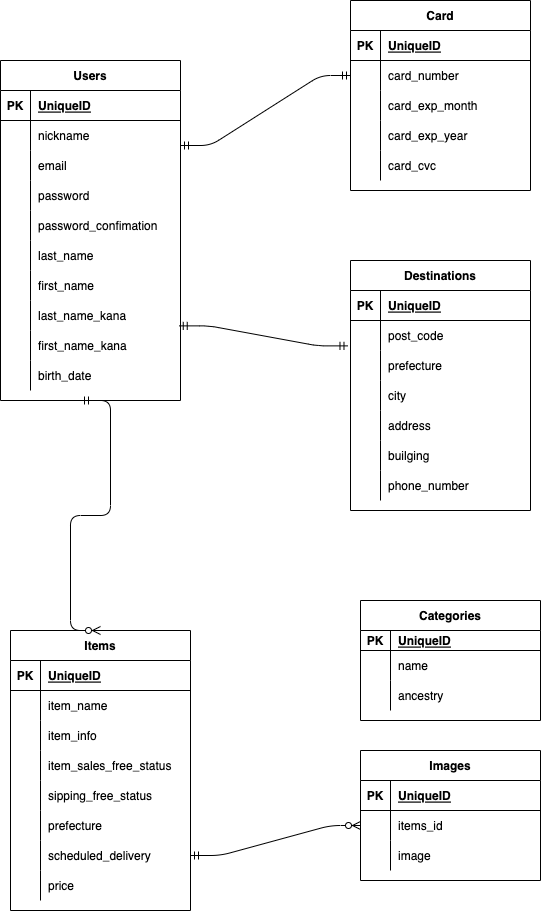
The draw.io diagram furima-38710.drawio.png in yurika0705/furima-38710, before a commit. Source tidied: cells renumbered, new cells last; positions are measured from the earlier drawing's top-left corner, leaving out a move shared by most shapes.
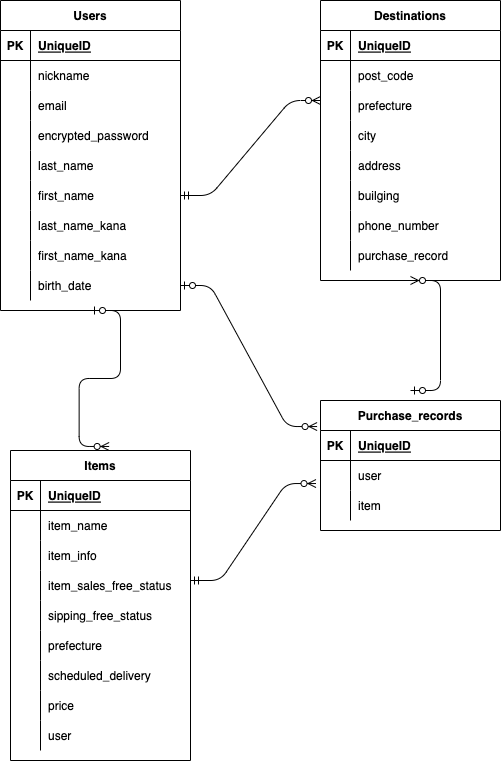
The same file after the commit.

Commit message:
データベース設計修正４

Change to the diagram source:
```diff
@@ -3,7 +3,7 @@
     <mxCell id="0" />
     <mxCell id="1" parent="0" />
     <mxCell id="2" value="Users" style="shape=table;startSize=30;rowLines=0;fontStyle=1;align=center;" parent="1" vertex="1">
-      <mxGeometry y="60" width="180" height="340" as="geometry" />
+      <mxGeometry y="60" width="180" height="310" as="geometry" />
     </mxCell>
     <mxCell id="3" style="shape=partialRectangle;fillColor=none;top=0;left=0;bottom=1;right=0;" parent="2" vertex="1">
       <mxGeometry y="30" width="180" height="30" as="geometry" />
@@ -32,26 +32,17 @@
     <mxCell id="11" value="email" style="shape=partialRectangle;fillColor=none;top=0;left=0;bottom=0;right=0;align=left;spacingLeft=6;overflow=hidden;" parent="9" vertex="1">
       <mxGeometry x="30" width="150" height="30" as="geometry" />
     </mxCell>
-    <mxCell id="12" style="shape=partialRectangle;fillColor=none;top=0;left=0;bottom=0;right=0;" parent="2" vertex="1">
-      <mxGeometry y="120" width="180" height="30" as="geometry" />
-    </mxCell>
-    <mxCell id="13" style="shape=partialRectangle;fillColor=none;top=0;left=0;bottom=0;right=0;overflow=hidden;" parent="12" vertex="1">
-      <mxGeometry width="30" height="30" as="geometry" />
-    </mxCell>
-    <mxCell id="14" value="password" style="shape=partialRectangle;fillColor=none;top=0;left=0;bottom=0;right=0;align=left;spacingLeft=6;overflow=hidden;" parent="12" vertex="1">
-      <mxGeometry x="30" width="150" height="30" as="geometry" />
-    </mxCell>
     <mxCell id="15" style="shape=partialRectangle;fillColor=none;top=0;left=0;bottom=0;right=0;" parent="2" vertex="1">
-      <mxGeometry y="150" width="180" height="30" as="geometry" />
+      <mxGeometry y="120" width="180" height="30" as="geometry" />
     </mxCell>
     <mxCell id="16" style="shape=partialRectangle;fillColor=none;top=0;left=0;bottom=0;right=0;overflow=hidden;" parent="15" vertex="1">
       <mxGeometry width="30" height="30" as="geometry" />
     </mxCell>
-    <mxCell id="17" value="password_confimation" style="shape=partialRectangle;fillColor=none;top=0;left=0;bottom=0;right=0;align=left;spacingLeft=6;overflow=hidden;" parent="15" vertex="1">
+    <mxCell id="17" value="encrypted_password" style="shape=partialRectangle;fillColor=none;top=0;left=0;bottom=0;right=0;align=left;spacingLeft=6;overflow=hidden;" parent="15" vertex="1">
       <mxGeometry x="30" width="150" height="30" as="geometry" />
     </mxCell>
     <mxCell id="18" style="shape=partialRectangle;fillColor=none;top=0;left=0;bottom=0;right=0;" parent="2" vertex="1">
-      <mxGeometry y="180" width="180" height="30" as="geometry" />
+      <mxGeometry y="150" width="180" height="30" as="geometry" />
     </mxCell>
     <mxCell id="19" style="shape=partialRectangle;fillColor=none;top=0;left=0;bottom=0;right=0;overflow=hidden;" parent="18" vertex="1">
       <mxGeometry width="30" height="30" as="geometry" />
@@ -60,7 +51,7 @@
       <mxGeometry x="30" width="150" height="30" as="geometry" />
     </mxCell>
     <mxCell id="21" style="shape=partialRectangle;fillColor=none;top=0;left=0;bottom=0;right=0;points=[[0,0.5],[1,0.5]];portConstraint=eastwest;" parent="2" vertex="1">
-      <mxGeometry y="210" width="180" height="30" as="geometry" />
+      <mxGeometry y="180" width="180" height="30" as="geometry" />
     </mxCell>
     <mxCell id="22" style="shape=partialRectangle;fillColor=none;top=0;left=0;bottom=0;right=0;overflow=hidden;" parent="21" vertex="1">
       <mxGeometry width="30" height="30" as="geometry" />
@@ -69,7 +60,7 @@
       <mxGeometry x="30" width="150" height="30" as="geometry" />
     </mxCell>
     <mxCell id="24" style="shape=partialRectangle;fillColor=none;top=0;left=0;bottom=0;right=0;points=[[0,0.5],[1,0.5]];portConstraint=eastwest;" parent="2" vertex="1">
-      <mxGeometry y="240" width="180" height="30" as="geometry" />
+      <mxGeometry y="210" width="180" height="30" as="geometry" />
     </mxCell>
     <mxCell id="25" style="shape=partialRectangle;fillColor=none;top=0;left=0;bottom=0;right=0;overflow=hidden;" parent="24" vertex="1">
       <mxGeometry width="30" height="30" as="geometry" />
@@ -78,7 +69,7 @@
       <mxGeometry x="30" width="150" height="30" as="geometry" />
     </mxCell>
     <mxCell id="27" style="shape=partialRectangle;fillColor=none;top=0;left=0;bottom=0;right=0;" parent="2" vertex="1">
-      <mxGeometry y="270" width="180" height="30" as="geometry" />
+      <mxGeometry y="240" width="180" height="30" as="geometry" />
     </mxCell>
     <mxCell id="28" style="shape=partialRectangle;fillColor=none;top=0;left=0;bottom=0;right=0;overflow=hidden;" parent="27" vertex="1">
       <mxGeometry width="30" height="30" as="geometry" />
@@ -87,7 +78,7 @@
       <mxGeometry x="30" width="150" height="30" as="geometry" />
     </mxCell>
     <mxCell id="30" style="shape=partialRectangle;fillColor=none;top=0;left=0;bottom=0;right=0;points=[[0,0.5],[1,0.5]];portConstraint=eastwest;" parent="2" vertex="1">
-      <mxGeometry y="300" width="180" height="30" as="geometry" />
+      <mxGeometry y="270" width="180" height="30" as="geometry" />
     </mxCell>
     <mxCell id="31" style="shape=partialRectangle;fillColor=none;top=0;left=0;bottom=0;right=0;overflow=hidden;" parent="30" vertex="1">
       <mxGeometry width="30" height="30" as="geometry" />
@@ -96,7 +87,7 @@
       <mxGeometry x="30" width="150" height="30" as="geometry" />
     </mxCell>
     <mxCell id="33" value="Items" style="shape=table;startSize=30;rowLines=0;fontStyle=1;align=center;html=0;" parent="1" vertex="1">
-      <mxGeometry x="10" y="630" width="180" height="280" as="geometry" />
+      <mxGeometry x="10" y="510" width="180" height="310" as="geometry" />
     </mxCell>
     <mxCell id="34" style="shape=partialRectangle;fillColor=none;top=0;left=0;bottom=1;right=0;html=0;" parent="33" vertex="1">
       <mxGeometry y="30" width="180" height="30" as="geometry" />
@@ -170,56 +161,17 @@
     <mxCell id="57" value="price" style="shape=partialRectangle;fillColor=none;top=0;left=0;bottom=0;right=0;align=left;spacingLeft=6;overflow=hidden;html=0;" parent="55" vertex="1">
       <mxGeometry x="30" width="150" height="30" as="geometry" />
     </mxCell>
-    <mxCell id="58" value="Card" style="shape=table;startSize=30;rowLines=0;fontStyle=1;align=center;html=0;" parent="1" vertex="1">
-      <mxGeometry x="350" width="180" height="190" as="geometry" />
-    </mxCell>
-    <mxCell id="59" style="shape=partialRectangle;fillColor=none;top=0;left=0;bottom=1;right=0;html=0;" parent="58" vertex="1">
-      <mxGeometry y="30" width="180" height="30" as="geometry" />
-    </mxCell>
-    <mxCell id="60" value="PK" style="shape=partialRectangle;fillColor=none;top=0;left=0;bottom=0;right=0;fontStyle=1;overflow=hidden;html=0;" parent="59" vertex="1">
-      <mxGeometry width="30" height="30" as="geometry" />
-    </mxCell>
-    <mxCell id="61" value="UniqueID" style="shape=partialRectangle;fillColor=none;top=0;left=0;bottom=0;right=0;align=left;spacingLeft=6;fontStyle=5;overflow=hidden;html=0;" parent="59" vertex="1">
-      <mxGeometry x="30" width="150" height="30" as="geometry" />
-    </mxCell>
-    <mxCell id="62" style="shape=partialRectangle;fillColor=none;top=0;left=0;bottom=0;right=0;points=[[0,0.5],[1,0.5]];portConstraint=eastwest;html=0;" parent="58" vertex="1">
-      <mxGeometry y="60" width="180" height="30" as="geometry" />
-    </mxCell>
-    <mxCell id="63" style="shape=partialRectangle;fillColor=none;top=0;left=0;bottom=0;right=0;overflow=hidden;html=0;" parent="62" vertex="1">
-      <mxGeometry width="30" height="30" as="geometry" />
-    </mxCell>
-    <mxCell id="64" value="card_number" style="shape=partialRectangle;fillColor=none;top=0;left=0;bottom=0;right=0;align=left;spacingLeft=6;overflow=hidden;html=0;" parent="62" vertex="1">
-      <mxGeometry x="30" width="150" height="30" as="geometry" />
-    </mxCell>
-    <mxCell id="65" style="shape=partialRectangle;fillColor=none;top=0;left=0;bottom=0;right=0;html=0;" parent="58" vertex="1">
-      <mxGeometry y="90" width="180" height="30" as="geometry" />
-    </mxCell>
-    <mxCell id="66" style="shape=partialRectangle;fillColor=none;top=0;left=0;bottom=0;right=0;overflow=hidden;html=0;" parent="65" vertex="1">
-      <mxGeometry width="30" height="30" as="geometry" />
-    </mxCell>
-    <mxCell id="67" value="card_exp_month" style="shape=partialRectangle;fillColor=none;top=0;left=0;bottom=0;right=0;align=left;spacingLeft=6;overflow=hidden;html=0;" parent="65" vertex="1">
-      <mxGeometry x="30" width="150" height="30" as="geometry" />
-    </mxCell>
-    <mxCell id="68" style="shape=partialRectangle;fillColor=none;top=0;left=0;bottom=0;right=0;html=0;" parent="58" vertex="1">
-      <mxGeometry y="120" width="180" height="30" as="geometry" />
-    </mxCell>
-    <mxCell id="69" style="shape=partialRectangle;fillColor=none;top=0;left=0;bottom=0;right=0;overflow=hidden;html=0;" parent="68" vertex="1">
-      <mxGeometry width="30" height="30" as="geometry" />
-    </mxCell>
-    <mxCell id="70" value="card_exp_year" style="shape=partialRectangle;fillColor=none;top=0;left=0;bottom=0;right=0;align=left;spacingLeft=6;overflow=hidden;html=0;" parent="68" vertex="1">
-      <mxGeometry x="30" width="150" height="30" as="geometry" />
-    </mxCell>
-    <mxCell id="71" style="shape=partialRectangle;fillColor=none;top=0;left=0;bottom=0;right=0;html=0;" parent="58" vertex="1">
-      <mxGeometry y="150" width="180" height="30" as="geometry" />
-    </mxCell>
-    <mxCell id="72" style="shape=partialRectangle;fillColor=none;top=0;left=0;bottom=0;right=0;overflow=hidden;html=0;" parent="71" vertex="1">
-      <mxGeometry width="30" height="30" as="geometry" />
-    </mxCell>
-    <mxCell id="73" value="card_cvc" style="shape=partialRectangle;fillColor=none;top=0;left=0;bottom=0;right=0;align=left;spacingLeft=6;overflow=hidden;html=0;" parent="71" vertex="1">
-      <mxGeometry x="30" width="150" height="30" as="geometry" />
-    </mxCell>
+    <mxCell id="121" style="shape=partialRectangle;fillColor=none;top=0;left=0;bottom=0;right=0;html=0;" parent="33" vertex="1">
+      <mxGeometry y="270" width="180" height="30" as="geometry" />
+    </mxCell>
+    <mxCell id="122" style="shape=partialRectangle;fillColor=none;top=0;left=0;bottom=0;right=0;overflow=hidden;html=0;" parent="121" vertex="1">
+      <mxGeometry width="30" height="30" as="geometry" />
+    </mxCell>
+    <mxCell id="123" value="user" style="shape=partialRectangle;fillColor=none;top=0;left=0;bottom=0;right=0;align=left;spacingLeft=6;overflow=hidden;html=0;" parent="121" vertex="1">
+      <mxGeometry x="30" width="150" height="30" as="geometry" />
+    </mxCell>
     <mxCell id="74" value="Destinations" style="shape=table;startSize=30;rowLines=0;fontStyle=1;align=center;html=0;" parent="1" vertex="1">
-      <mxGeometry x="350" y="260" width="180" height="250" as="geometry" />
+      <mxGeometry x="320" y="60" width="180" height="280" as="geometry" />
     </mxCell>
     <mxCell id="75" style="shape=partialRectangle;fillColor=none;top=0;left=0;bottom=1;right=0;html=0;" parent="74" vertex="1">
       <mxGeometry y="30" width="180" height="30" as="geometry" />
@@ -284,84 +236,65 @@
     <mxCell id="95" value="phone_number" style="shape=partialRectangle;fillColor=none;top=0;left=0;bottom=0;right=0;align=left;spacingLeft=6;overflow=hidden;html=0;" parent="93" vertex="1">
       <mxGeometry x="30" width="150" height="30" as="geometry" />
     </mxCell>
-    <mxCell id="96" value="Images" style="shape=table;startSize=30;rowLines=0;fontStyle=1;align=center;html=0;" parent="1" vertex="1">
-      <mxGeometry x="360" y="750" width="180" height="130" as="geometry" />
-    </mxCell>
-    <mxCell id="97" style="shape=partialRectangle;fillColor=none;top=0;left=0;bottom=1;right=0;html=0;" parent="96" vertex="1">
-      <mxGeometry y="30" width="180" height="30" as="geometry" />
-    </mxCell>
-    <mxCell id="98" value="PK" style="shape=partialRectangle;fillColor=none;top=0;left=0;bottom=0;right=0;fontStyle=1;overflow=hidden;html=0;" parent="97" vertex="1">
-      <mxGeometry width="30" height="30" as="geometry" />
-    </mxCell>
-    <mxCell id="99" value="UniqueID" style="shape=partialRectangle;fillColor=none;top=0;left=0;bottom=0;right=0;align=left;spacingLeft=6;fontStyle=5;overflow=hidden;html=0;" parent="97" vertex="1">
-      <mxGeometry x="30" width="150" height="30" as="geometry" />
-    </mxCell>
-    <mxCell id="100" style="shape=partialRectangle;fillColor=none;top=0;left=0;bottom=0;right=0;points=[[0,0.5],[1,0.5]];portConstraint=eastwest;html=0;" parent="96" vertex="1">
-      <mxGeometry y="60" width="180" height="30" as="geometry" />
-    </mxCell>
-    <mxCell id="101" style="shape=partialRectangle;fillColor=none;top=0;left=0;bottom=0;right=0;overflow=hidden;html=0;" parent="100" vertex="1">
-      <mxGeometry width="30" height="30" as="geometry" />
-    </mxCell>
-    <mxCell id="102" value="items_id" style="shape=partialRectangle;fillColor=none;top=0;left=0;bottom=0;right=0;align=left;spacingLeft=6;overflow=hidden;html=0;" parent="100" vertex="1">
-      <mxGeometry x="30" width="150" height="30" as="geometry" />
-    </mxCell>
-    <mxCell id="103" style="shape=partialRectangle;fillColor=none;top=0;left=0;bottom=0;right=0;html=0;" parent="96" vertex="1">
-      <mxGeometry y="90" width="180" height="30" as="geometry" />
-    </mxCell>
-    <mxCell id="104" style="shape=partialRectangle;fillColor=none;top=0;left=0;bottom=0;right=0;overflow=hidden;html=0;" parent="103" vertex="1">
-      <mxGeometry width="30" height="30" as="geometry" />
-    </mxCell>
-    <mxCell id="105" value="image" style="shape=partialRectangle;fillColor=none;top=0;left=0;bottom=0;right=0;align=left;spacingLeft=6;overflow=hidden;html=0;" parent="103" vertex="1">
-      <mxGeometry x="30" width="150" height="30" as="geometry" />
-    </mxCell>
-    <mxCell id="106" value="Categories" style="shape=table;startSize=30;rowLines=0;fontStyle=1;align=center;html=0;" parent="1" vertex="1">
-      <mxGeometry x="360" y="600" width="180" height="120" as="geometry" />
-    </mxCell>
-    <mxCell id="107" style="shape=partialRectangle;fillColor=none;top=0;left=0;bottom=1;right=0;html=0;" parent="106" vertex="1">
-      <mxGeometry y="30" width="180" height="20" as="geometry" />
-    </mxCell>
-    <mxCell id="108" value="PK" style="shape=partialRectangle;fillColor=none;top=0;left=0;bottom=0;right=0;fontStyle=1;overflow=hidden;html=0;" parent="107" vertex="1">
-      <mxGeometry width="30" height="20" as="geometry" />
-    </mxCell>
-    <mxCell id="109" value="UniqueID" style="shape=partialRectangle;fillColor=none;top=0;left=0;bottom=0;right=0;align=left;spacingLeft=6;fontStyle=5;overflow=hidden;html=0;" parent="107" vertex="1">
-      <mxGeometry x="30" width="150" height="20" as="geometry" />
-    </mxCell>
-    <mxCell id="110" style="shape=partialRectangle;fillColor=none;top=0;left=0;bottom=0;right=0;points=[[0,0.5],[1,0.5]];portConstraint=eastwest;html=0;" parent="106" vertex="1">
-      <mxGeometry y="50" width="180" height="30" as="geometry" />
-    </mxCell>
-    <mxCell id="111" style="shape=partialRectangle;fillColor=none;top=0;left=0;bottom=0;right=0;overflow=hidden;html=0;" parent="110" vertex="1">
-      <mxGeometry width="30" height="30" as="geometry" />
-    </mxCell>
-    <mxCell id="112" value="name" style="shape=partialRectangle;fillColor=none;top=0;left=0;bottom=0;right=0;align=left;spacingLeft=6;overflow=hidden;html=0;" parent="110" vertex="1">
-      <mxGeometry x="30" width="150" height="30" as="geometry" />
-    </mxCell>
-    <mxCell id="113" style="shape=partialRectangle;fillColor=none;top=0;left=0;bottom=0;right=0;html=0;" parent="106" vertex="1">
-      <mxGeometry y="80" width="180" height="30" as="geometry" />
-    </mxCell>
-    <mxCell id="114" style="shape=partialRectangle;fillColor=none;top=0;left=0;bottom=0;right=0;overflow=hidden;html=0;" parent="113" vertex="1">
-      <mxGeometry width="30" height="30" as="geometry" />
-    </mxCell>
+    <mxCell id="124" style="shape=partialRectangle;fillColor=none;top=0;left=0;bottom=0;right=0;html=0;" parent="74" vertex="1">
+      <mxGeometry y="240" width="180" height="30" as="geometry" />
+    </mxCell>
+    <mxCell id="125" style="shape=partialRectangle;fillColor=none;top=0;left=0;bottom=0;right=0;overflow=hidden;html=0;" parent="124" vertex="1">
+      <mxGeometry width="30" height="30" as="geometry" />
+    </mxCell>
+    <mxCell id="126" value="purchase_record" style="shape=partialRectangle;fillColor=none;top=0;left=0;bottom=0;right=0;align=left;spacingLeft=6;overflow=hidden;html=0;" parent="124" vertex="1">
+      <mxGeometry x="30" width="150" height="30" as="geometry" />
+    </mxCell>
-    <mxCell id="115" value="ancestry" style="shape=partialRectangle;fillColor=none;top=0;left=0;bottom=0;right=0;align=left;spacingLeft=6;overflow=hidden;html=0;" parent="113" vertex="1">
-      <mxGeometry x="30" width="150" height="30" as="geometry" />
+    <mxCell id="115" value="Purchase_records" style="shape=table;startSize=30;rowLines=0;fontStyle=1;align=center;" parent="1" vertex="1">
+      <mxGeometry x="320" y="460" width="180" height="130" as="geometry" />
     </mxCell>
-    <mxCell id="116" style="edgeStyle=entityRelationEdgeStyle;fontSize=12;html=1;endArrow=ERmandOne;startArrow=ERmandOne;entryX=0;entryY=0.5;entryDx=0;entryDy=0;" parent="1" edge="1" target="62">
-      <mxGeometry relative="1" as="geometry">
-        <mxPoint x="180" y="145" as="sourcePoint" />
-      </mxGeometry>
-    </mxCell>
-    <mxCell id="117" style="edgeStyle=entityRelationEdgeStyle;fontSize=12;html=1;endArrow=ERmandOne;startArrow=ERmandOne;exitX=0.993;exitY=0.846;exitDx=0;exitDy=0;exitPerimeter=0;entryX=-0.014;entryY=-0.154;entryDx=0;entryDy=0;entryPerimeter=0;" parent="1" edge="1" source="24" target="81">
-      <mxGeometry relative="1" as="geometry" />
-    </mxCell>
-    <mxCell id="118" style="edgeStyle=entityRelationEdgeStyle;fontSize=12;html=1;endArrow=ERzeroToMany;startArrow=ERmandOne;entryX=0.5;entryY=0;entryDx=0;entryDy=0;" parent="1" edge="1" target="33">
-      <mxGeometry relative="1" as="geometry">
-        <mxPoint x="80" y="400" as="sourcePoint" />
-      </mxGeometry>
-    </mxCell>
-    <mxCell id="119" style="edgeStyle=entityRelationEdgeStyle;fontSize=12;html=1;endArrow=ERzeroToMany;startArrow=ERmandOne;entryX=0;entryY=0.5;entryDx=0;entryDy=0;" parent="1" edge="1" source="52" target="100">
-      <mxGeometry relative="1" as="geometry" />
-    </mxCell>
-    <mxCell id="120" style="edgeStyle=entityRelationEdgeStyle;fontSize=12;html=1;endArrow=ERzeroToMany;startArrow=ERmandOne;exitX=0;exitY=0.5;exitDx=0;exitDy=0;entryX=1.015;entryY=-0.021;entryDx=0;entryDy=0;entryPerimeter=0;" parent="1" edge="1" source="110" target="x">
-      <mxGeometry relative="1" as="geometry" />
-    </mxCell>
+    <mxCell id="127" style="shape=partialRectangle;fillColor=none;top=0;left=0;bottom=1;right=0;points=[[0,0.5],[1,0.5]];portConstraint=eastwest;" parent="115" vertex="1">
+      <mxGeometry y="30" width="180" height="30" as="geometry" />
+    </mxCell>
+    <mxCell id="128" value="PK" style="shape=partialRectangle;fillColor=none;top=0;left=0;bottom=0;right=0;fontStyle=1;overflow=hidden;" parent="127" vertex="1">
+      <mxGeometry width="30" height="30" as="geometry" />
+    </mxCell>
+    <mxCell id="129" value="UniqueID" style="shape=partialRectangle;fillColor=none;top=0;left=0;bottom=0;right=0;align=left;spacingLeft=6;fontStyle=5;overflow=hidden;" parent="127" vertex="1">
+      <mxGeometry x="30" width="150" height="30" as="geometry" />
+    </mxCell>
+    <mxCell id="130" style="shape=partialRectangle;fillColor=none;top=0;left=0;bottom=0;right=0;points=[[0,0.5],[1,0.5]];portConstraint=eastwest;" parent="115" vertex="1">
+      <mxGeometry y="60" width="180" height="30" as="geometry" />
+    </mxCell>
+    <mxCell id="131" style="shape=partialRectangle;fillColor=none;top=0;left=0;bottom=0;right=0;overflow=hidden;" parent="130" vertex="1">
+      <mxGeometry width="30" height="30" as="geometry" />
+    </mxCell>
+    <mxCell id="132" value="user" style="shape=partialRectangle;fillColor=none;top=0;left=0;bottom=0;right=0;align=left;spacingLeft=6;overflow=hidden;" parent="130" vertex="1">
+      <mxGeometry x="30" width="150" height="30" as="geometry" />
+    </mxCell>
+    <mxCell id="133" style="shape=partialRectangle;fillColor=none;top=0;left=0;bottom=0;right=0;" parent="115" vertex="1">
+      <mxGeometry y="90" width="180" height="30" as="geometry" />
+    </mxCell>
+    <mxCell id="134" style="shape=partialRectangle;fillColor=none;top=0;left=0;bottom=0;right=0;overflow=hidden;" parent="133" vertex="1">
+      <mxGeometry width="30" height="30" as="geometry" />
+    </mxCell>
+    <mxCell id="135" value="item" style="shape=partialRectangle;fillColor=none;top=0;left=0;bottom=0;right=0;align=left;spacingLeft=6;overflow=hidden;" parent="133" vertex="1">
+      <mxGeometry x="30" width="150" height="30" as="geometry" />
+    </mxCell>
+    <mxCell id="136" style="edgeStyle=entityRelationEdgeStyle;fontSize=12;html=1;endArrow=ERzeroToMany;startArrow=ERmandOne;exitX=1;exitY=0.5;exitDx=0;exitDy=0;" parent="1" edge="1" source="21">
+      <mxGeometry relative="1" as="geometry">
+        <mxPoint x="320" y="160" as="targetPoint" />
+      </mxGeometry>
+    </mxCell>
+    <mxCell id="137" style="edgeStyle=entityRelationEdgeStyle;fontSize=12;html=1;endArrow=ERzeroToMany;startArrow=ERmandOne;entryX=-0.025;entryY=0.768;entryDx=0;entryDy=0;entryPerimeter=0;" parent="1" edge="1" target="130">
+      <mxGeometry relative="1" as="geometry">
+        <mxPoint x="190" y="640" as="sourcePoint" />
+      </mxGeometry>
+    </mxCell>
+    <mxCell id="138" style="edgeStyle=entityRelationEdgeStyle;fontSize=12;html=1;endArrow=ERzeroToMany;startArrow=ERzeroToOne;exitX=1;exitY=0.5;exitDx=0;exitDy=0;entryX=-0.019;entryY=-0.132;entryDx=0;entryDy=0;entryPerimeter=0;" parent="1" edge="1" source="30" target="127">
+      <mxGeometry relative="1" as="geometry" />
+    </mxCell>
+    <mxCell id="139" style="edgeStyle=entityRelationEdgeStyle;fontSize=12;html=1;endArrow=ERzeroToMany;startArrow=ERzeroToOne;exitX=0.5;exitY=1;exitDx=0;exitDy=0;entryX=0.548;entryY=-0.013;entryDx=0;entryDy=0;entryPerimeter=0;" parent="1" edge="1" source="2" target="33">
+      <mxGeometry relative="1" as="geometry" />
+    </mxCell>
+    <mxCell id="140" style="edgeStyle=entityRelationEdgeStyle;fontSize=12;html=1;endArrow=ERzeroToMany;startArrow=ERzeroToOne;entryX=0.5;entryY=1;entryDx=0;entryDy=0;" parent="1" edge="1" target="74">
+      <mxGeometry relative="1" as="geometry">
+        <mxPoint x="410" y="450" as="sourcePoint" />
+      </mxGeometry>
+    </mxCell>
   </root>
 </mxGraphModel>
```
